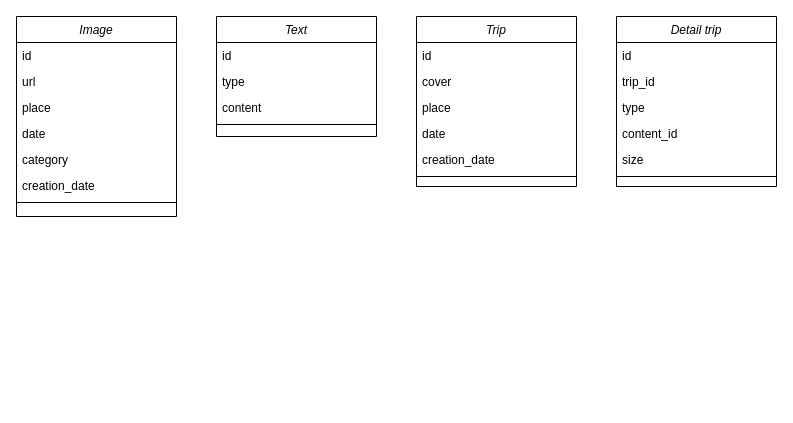
Above: Documentacion/Diagrama de clases WebMonica.drawio in Carlosmurivi/Web-Monica (draw.io), before the change. Source tidied: cells renumbered, new cells numbered last; positions are measured from the earlier drawing's top-left corner, leaving out a move shared by most shapes. Both pictures are drawn from the tidied source at 100%, with x=0, y=0 at pixel (16, 16).
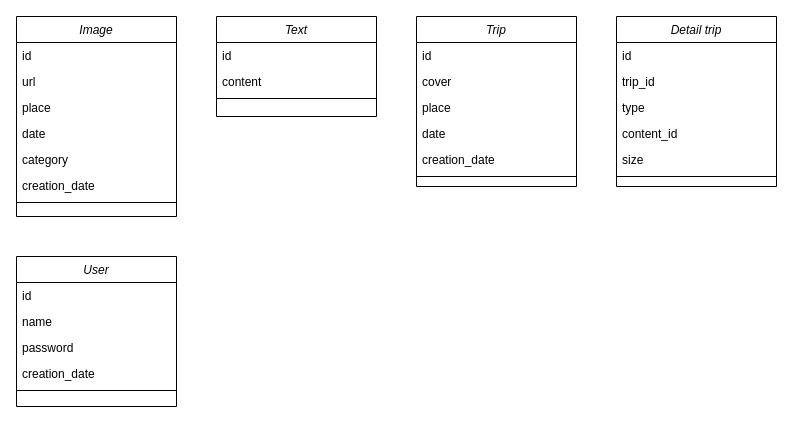
Above is the later version.

Change to the diagram source:
```diff
@@
     <mxCell id="24" value="Text" style="swimlane;fontStyle=2;align=center;verticalAlign=top;horizontal=1;startSize=26;rounded=0;shadow=0;strokeWidth=1;" parent="1" vertex="1">
-      <mxGeometry x="200" width="160" height="120" as="geometry" />
+      <mxGeometry x="200" width="160" height="100" as="geometry" />
     </mxCell>
@@
-    <mxCell id="26" value="type" style="text;align=left;verticalAlign=top;spacingLeft=4;spacingRight=4;overflow=hidden;rounded=0;shadow=0;html=0;" parent="24" vertex="1">
-      <mxGeometry y="52" width="160" height="26" as="geometry" />
-    </mxCell>
     <mxCell id="27" value="content" style="text;align=left;verticalAlign=top;spacingLeft=4;spacingRight=4;overflow=hidden;rounded=0;shadow=0;html=0;" parent="24" vertex="1">
-      <mxGeometry y="78" width="160" height="26" as="geometry" />
+      <mxGeometry y="52" width="160" height="26" as="geometry" />
     </mxCell>
     <mxCell id="28" style="line;html=1;strokeWidth=1;align=left;verticalAlign=middle;spacingTop=-1;spacingLeft=3;spacingRight=3;labelPosition=right;" parent="24" vertex="1">
-      <mxGeometry y="104" width="160" height="8" as="geometry" />
+      <mxGeometry y="78" width="160" height="8" as="geometry" />
     </mxCell>
+    <mxCell id="29" value="User" style="swimlane;fontStyle=2;align=center;verticalAlign=top;horizontal=1;startSize=26;rounded=0;shadow=0;strokeWidth=1;" parent="1" vertex="1">
+      <mxGeometry y="240" width="160" height="150" as="geometry" />
+    </mxCell>
+    <mxCell id="30" value="id" style="text;align=left;verticalAlign=top;spacingLeft=4;spacingRight=4;overflow=hidden;" parent="29" vertex="1">
+      <mxGeometry y="26" width="160" height="26" as="geometry" />
+    </mxCell>
+    <mxCell id="31" value="name" style="text;align=left;verticalAlign=top;spacingLeft=4;spacingRight=4;overflow=hidden;rounded=0;shadow=0;html=0;" parent="29" vertex="1">
+      <mxGeometry y="52" width="160" height="26" as="geometry" />
+    </mxCell>
+    <mxCell id="32" value="password" style="text;align=left;verticalAlign=top;spacingLeft=4;spacingRight=4;overflow=hidden;rounded=0;shadow=0;html=0;" parent="29" vertex="1">
+      <mxGeometry y="78" width="160" height="26" as="geometry" />
+    </mxCell>
+    <mxCell id="33" value="creation_date" style="text;align=left;verticalAlign=top;spacingLeft=4;spacingRight=4;overflow=hidden;rounded=0;shadow=0;html=0;" parent="29" vertex="1">
+      <mxGeometry y="104" width="160" height="26" as="geometry" />
+    </mxCell>
+    <mxCell id="34" style="line;html=1;strokeWidth=1;align=left;verticalAlign=middle;spacingTop=-1;spacingLeft=3;spacingRight=3;labelPosition=right;" parent="29" vertex="1">
+      <mxGeometry y="130" width="160" height="8" as="geometry" />
+    </mxCell>
```
